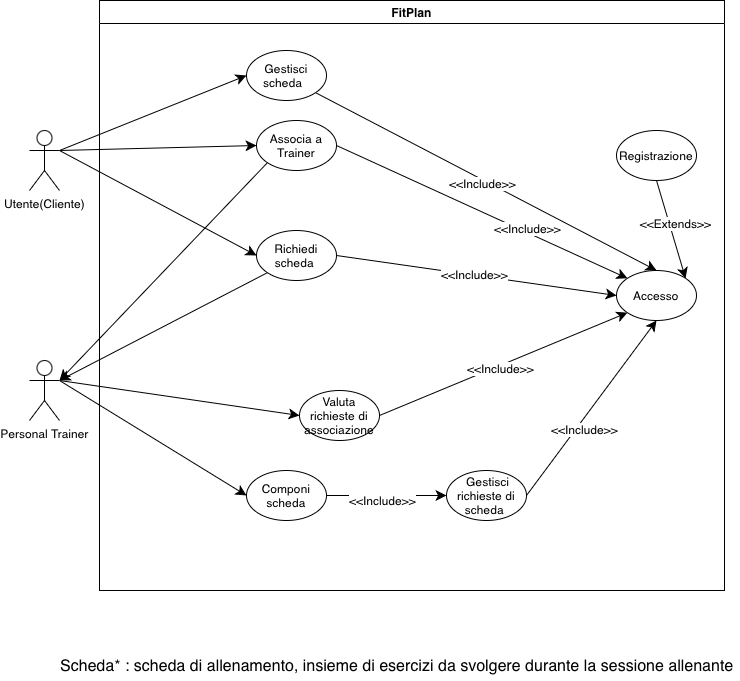
This is UseCaseDiagram/UseCaseDiagram.drawio.png from FedericoSib/FitPlan, a draw.io export, as it was before one commit. Source tidied: cells renumbered, new cells last; positions are measured from the earlier drawing's top-left corner, leaving out a move shared by most shapes.
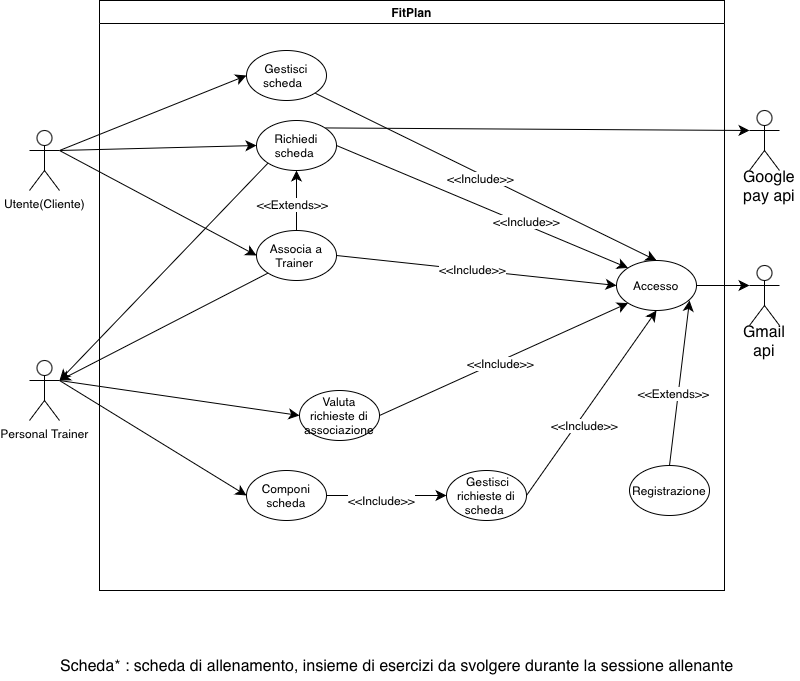
After the commit.

Diff of the diagram source:
```diff
@@ -6,7 +6,7 @@
       <mxGeometry x="70" width="625" height="590" as="geometry" />
     </mxCell>
     <mxCell id="3" value="Accesso" style="ellipse;whiteSpace=wrap;html=1;" parent="2" vertex="1">
-      <mxGeometry x="517" y="270" width="80" height="50" as="geometry" />
+      <mxGeometry x="517" y="260" width="80" height="50" as="geometry" />
     </mxCell>
     <mxCell id="4" value="Gestisci scheda &amp;nbsp;" style="ellipse;whiteSpace=wrap;html=1;" parent="2" vertex="1">
       <mxGeometry x="147" y="50" width="80" height="50" as="geometry" />
@@ -14,10 +14,10 @@
     <mxCell id="5" value="Valuta richieste di associazione" style="ellipse;whiteSpace=wrap;html=1;" parent="2" vertex="1">
       <mxGeometry x="200" y="390" width="80" height="50" as="geometry" />
     </mxCell>
-    <mxCell id="6" value="Richiedi scheda&amp;nbsp;" style="ellipse;whiteSpace=wrap;html=1;" parent="2" vertex="1">
+    <mxCell id="6" value="Associa a Trainer&amp;nbsp;" style="ellipse;whiteSpace=wrap;html=1;" parent="2" vertex="1">
       <mxGeometry x="157" y="230" width="80" height="50" as="geometry" />
     </mxCell>
-    <mxCell id="7" value="Associa a Trainer" style="ellipse;whiteSpace=wrap;html=1;" parent="2" vertex="1">
+    <mxCell id="7" value="Richiedi scheda&amp;nbsp;" style="ellipse;whiteSpace=wrap;html=1;" parent="2" vertex="1">
       <mxGeometry x="157" y="120" width="80" height="50" as="geometry" />
     </mxCell>
     <mxCell id="8" value="Componi scheda" style="ellipse;whiteSpace=wrap;html=1;" parent="2" vertex="1">
@@ -67,14 +67,20 @@
       </mxGeometry>
     </mxCell>
     <mxCell id="22" value="Registrazione" style="ellipse;whiteSpace=wrap;html=1;" parent="2" vertex="1">
-      <mxGeometry x="517" y="130" width="80" height="50" as="geometry" />
+      <mxGeometry x="530" y="465" width="80" height="50" as="geometry" />
     </mxCell>
-    <mxCell id="23" style="edgeStyle=none;jettySize=auto;html=1;rounded=0;fontSize=12;startSize=8;endSize=8;curved=1;entryX=1;entryY=0;entryDx=0;entryDy=0;exitX=0.5;exitY=1;exitDx=0;exitDy=0;" parent="2" edge="1" source="22" target="3">
+    <mxCell id="23" style="edgeStyle=none;jettySize=auto;html=1;rounded=0;fontSize=12;startSize=8;endSize=8;curved=1;entryX=0.913;entryY=0.8;entryDx=0;entryDy=0;entryPerimeter=0;exitX=0.5;exitY=0;exitDx=0;exitDy=0;" parent="2" edge="1" source="22" target="3">
       <mxGeometry relative="1" as="geometry" />
     </mxCell>
     <mxCell id="24" value="&amp;lt;&amp;lt;Extends&amp;gt;&amp;gt;" style="edgeLabel;html=1;align=center;verticalAlign=middle;fontSize=12;" parent="23" vertex="1">
       <mxGeometry x="-0.12" y="5" relative="1" as="geometry" />
     </mxCell>
+    <mxCell id="35" style="edgeStyle=none;jettySize=auto;html=1;rounded=0;fontSize=12;startSize=8;endSize=8;curved=1;exitX=0.5;exitY=0;exitDx=0;exitDy=0;entryX=0.5;entryY=1;entryDx=0;entryDy=0;" parent="2" edge="1" source="6" target="7">
+      <mxGeometry relative="1" as="geometry" />
+    </mxCell>
+    <mxCell id="36" value="&amp;lt;&amp;lt;Extends&amp;gt;&amp;gt;" style="edgeLabel;html=1;align=center;verticalAlign=middle;fontSize=12;" parent="35" vertex="1">
+      <mxGeometry x="-0.12" y="5" relative="1" as="geometry" />
+    </mxCell>
     <mxCell id="25" value="Utente(Cliente)" style="shape=umlActor;verticalLabelPosition=bottom;verticalAlign=top;html=1;outlineConnect=0;" parent="1" vertex="1">
       <mxGeometry y="130" width="30" height="60" as="geometry" />
     </mxCell>
@@ -113,5 +119,23 @@
     <mxCell id="34" style="edgeStyle=none;jettySize=auto;html=1;rounded=0;fontSize=12;startSize=8;endSize=8;curved=1;exitX=1;exitY=0.3333333333333333;exitDx=0;exitDy=0;exitPerimeter=0;entryX=0;entryY=0.5;entryDx=0;entryDy=0;" parent="1" edge="1" source="25" target="6">
       <mxGeometry relative="1" as="geometry" />
     </mxCell>
+    <mxCell id="37" style="edgeStyle=none;jettySize=auto;html=1;rounded=0;fontSize=12;startSize=8;endSize=8;curved=1;exitX=1;exitY=0.5;exitDx=0;exitDy=0;entryX=0;entryY=0.3333333333333333;entryDx=0;entryDy=0;entryPerimeter=0;" parent="1" edge="1" source="3" target="38">
+      <mxGeometry relative="1" as="geometry" />
+    </mxCell>
+    <mxCell id="38" style="shape=umlActor;verticalLabelPosition=bottom;verticalAlign=top;html=1;outlineConnect=0;" parent="1" vertex="1">
+      <mxGeometry x="720" y="265" width="30" height="60" as="geometry" />
+    </mxCell>
+    <mxCell id="39" style="edgeStyle=none;jettySize=auto;html=1;rounded=0;fontSize=12;startSize=8;endSize=8;curved=1;entryX=0;entryY=0.3333333333333333;entryDx=0;entryDy=0;entryPerimeter=0;exitX=1;exitY=0;exitDx=0;exitDy=0;" parent="1" edge="1" source="7" target="40">
+      <mxGeometry relative="1" as="geometry" />
+    </mxCell>
+    <mxCell id="40" style="shape=umlActor;verticalLabelPosition=bottom;verticalAlign=top;html=1;outlineConnect=0;" parent="1" vertex="1">
+      <mxGeometry x="720" y="110" width="30" height="60" as="geometry" />
+    </mxCell>
+    <mxCell id="41" value="Google pay api" style="text;html=1;whiteSpace=wrap;strokeColor=none;fillColor=none;align=center;verticalAlign=middle;rounded=0;fontSize=16;" parent="1" vertex="1">
+      <mxGeometry x="710" y="170" width="60" height="30" as="geometry" />
+    </mxCell>
+    <mxCell id="42" value="Gmail api" style="text;html=1;whiteSpace=wrap;strokeColor=none;fillColor=none;align=center;verticalAlign=middle;rounded=0;fontSize=16;" parent="1" vertex="1">
+      <mxGeometry x="705" y="325" width="60" height="30" as="geometry" />
+    </mxCell>
   </root>
 </mxGraphModel>
```
